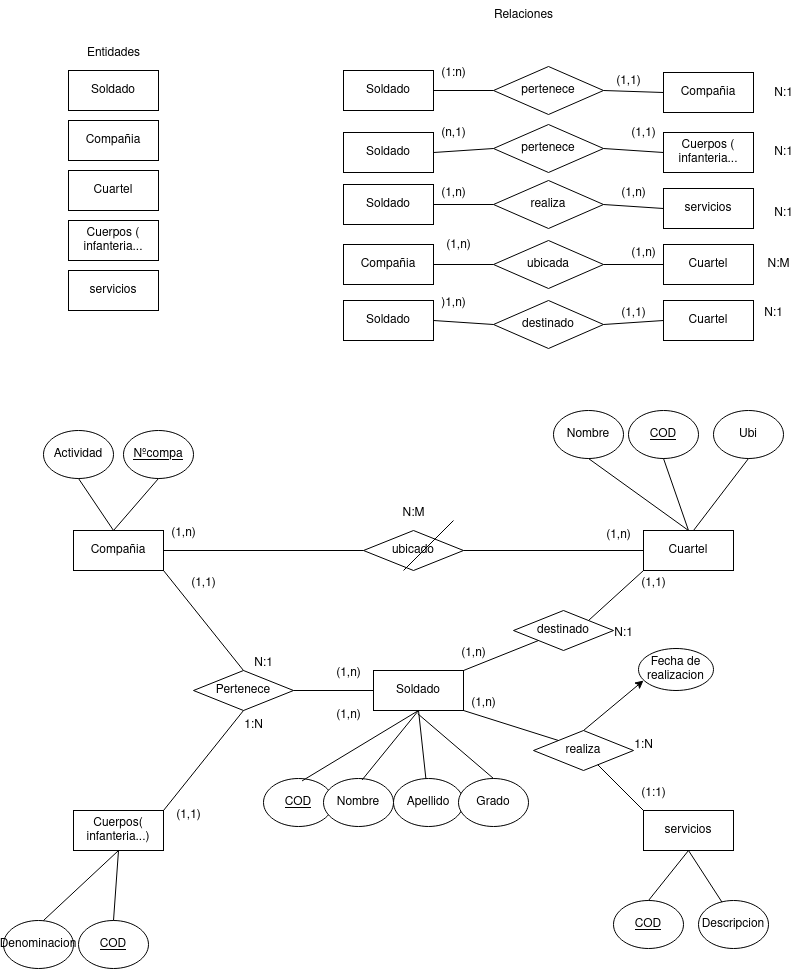
Above: Ejercicios/tarea2/Tarea2_E1.drawio.png in adogonz23/BAE (draw.io), before the change. Source tidied: cells renumbered, new cells last; positions are measured from the earlier drawing's top-left corner, leaving out a move shared by most shapes.
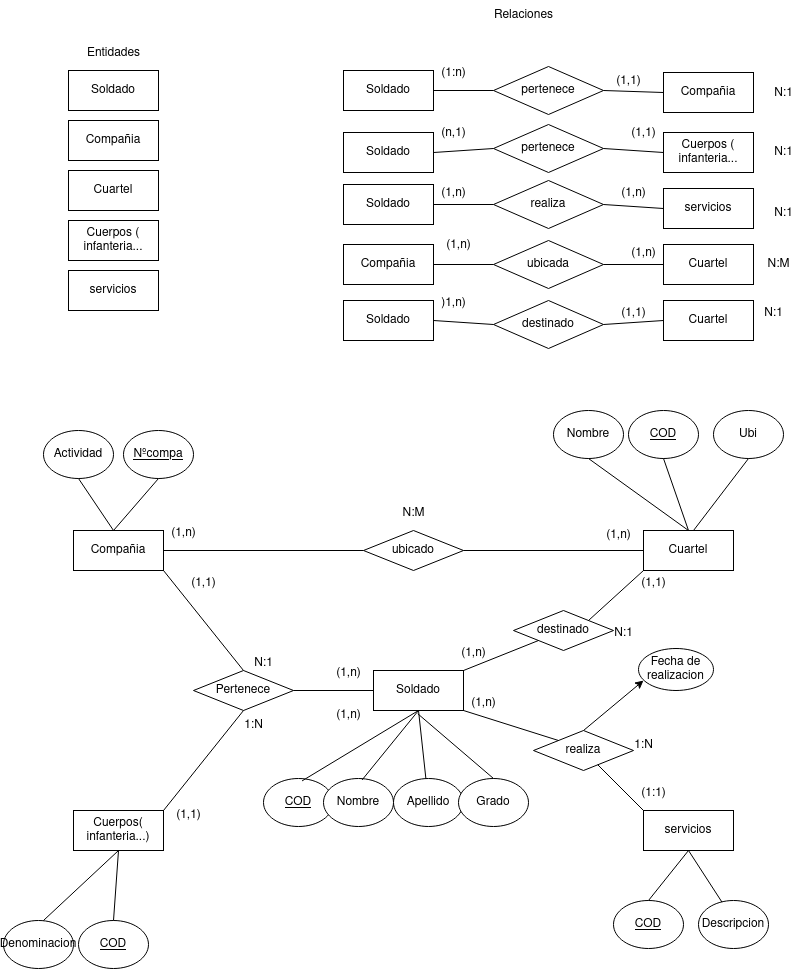
Later version of the same file.

What changed in the source:
```diff
@@ -326,12 +326,6 @@
     <mxCell id="107" style="endArrow=none;html=1;rounded=0;entryX=0.5;entryY=1;entryDx=0;entryDy=0;exitX=0.335;exitY=0.033;exitDx=0;exitDy=0;exitPerimeter=0;" parent="1" edge="1" source="105" target="53">
       <mxGeometry relative="1" as="geometry" />
     </mxCell>
-    <mxCell id="108" style="endArrow=none;html=1;rounded=0;" parent="1" edge="1">
-      <mxGeometry relative="1" as="geometry">
-        <mxPoint x="400" y="570" as="sourcePoint" />
-        <mxPoint x="450" y="520" as="targetPoint" />
-      </mxGeometry>
-    </mxCell>
     <mxCell id="109" style="endArrow=classic;html=1;rounded=0;exitX=0.5;exitY=0;exitDx=0;exitDy=0;" parent="1" edge="1" source="58">
       <mxGeometry relative="1" as="geometry">
         <mxPoint x="640" y="680" as="targetPoint" />
```
